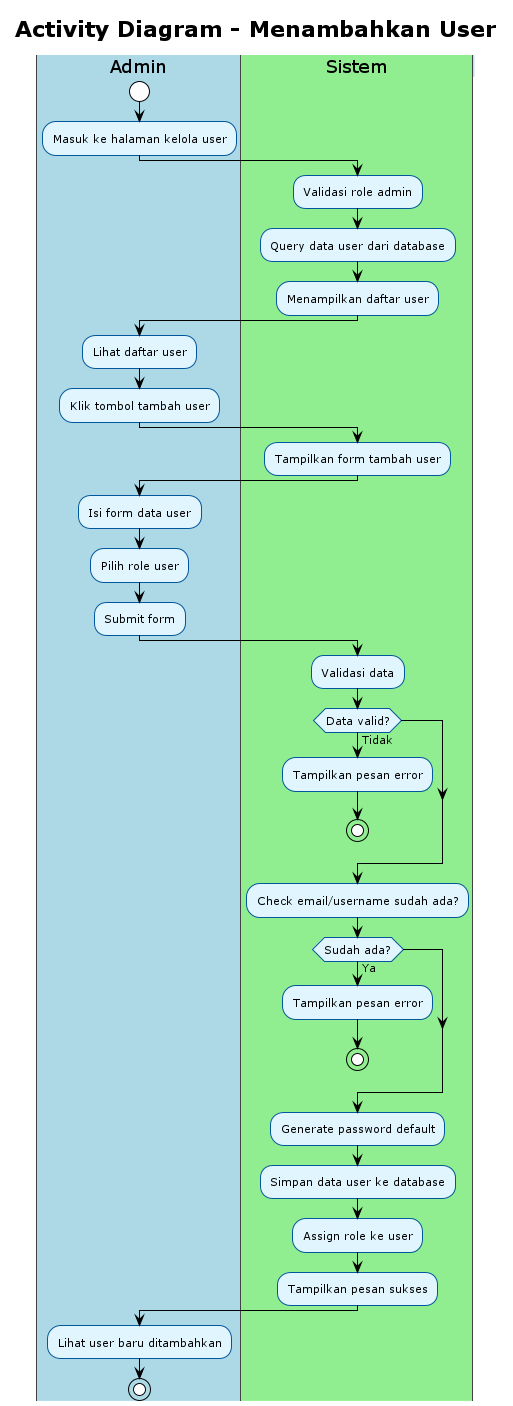
The PlantUML diagram out/uml/activity/Activity new/12_tambah_user/12_tambah_user.png in Rifkiwastaken/example-app, before a commit. The source it was exported from:
```plantuml
@startuml
!theme plain
skinparam activity {
    BackgroundColor #E1F5FE
    BorderColor #01579B
    FontSize 11
}
skinparam swimlane {
    BackgroundColor #F5F5F5
    BorderColor #424242
    TitleBackgroundColor #BBDEFB
    TitleBorderColor #1976D2
}

title Activity Diagram - Menambahkan User

|#LightBlue|Admin|
start
:Masuk ke halaman kelola user;

|#LightGreen|Sistem|
:Validasi role admin;
:Query data user dari database;
:Menampilkan daftar user;

|#LightBlue|Admin|
:Lihat daftar user;
:Klik tombol tambah user;

|#LightGreen|Sistem|
:Tampilkan form tambah user;

|#LightBlue|Admin|
:Isi form data user;
:Pilih role user;
:Submit form;

|#LightGreen|Sistem|
:Validasi data;
if (Data valid?) then (Tidak)
    :Tampilkan pesan error;
    stop
endif

:Check email/username sudah ada?;
if (Sudah ada?) then (Ya)
    :Tampilkan pesan error;
    stop
endif

:Generate password default;
:Simpan data user ke database;
:Assign role ke user;
:Tampilkan pesan sukses;

|#LightBlue|Admin|
:Lihat user baru ditambahkan;

stop

@enduml
```
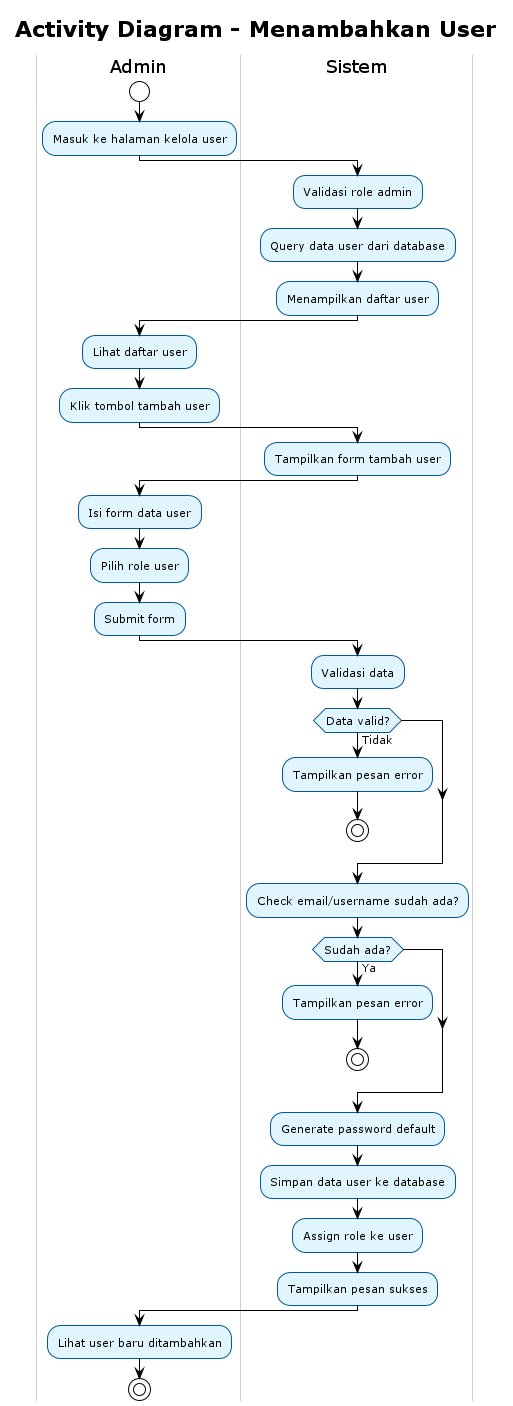
Above is the later version.

Change to the diagram source:
```diff
@@ -1,41 +1,42 @@
 @startuml
 !theme plain
+skinparam backgroundColor white
 skinparam activity {
     BackgroundColor #E1F5FE
     BorderColor #01579B
     FontSize 11
 }
 skinparam swimlane {
-    BackgroundColor #F5F5F5
-    BorderColor #424242
-    TitleBackgroundColor #BBDEFB
-    TitleBorderColor #1976D2
+    BackgroundColor White
+    BorderColor #CCCCCC
+    TitleBackgroundColor White
+    TitleBorderColor #999999
 }
 
 title Activity Diagram - Menambahkan User
 
-|#LightBlue|Admin|
+|#White|Admin|
 start
 :Masuk ke halaman kelola user;
 
-|#LightGreen|Sistem|
+|#White|Sistem|
 :Validasi role admin;
 :Query data user dari database;
 :Menampilkan daftar user;
 
-|#LightBlue|Admin|
+|#White|Admin|
 :Lihat daftar user;
 :Klik tombol tambah user;
 
-|#LightGreen|Sistem|
+|#White|Sistem|
 :Tampilkan form tambah user;
 
-|#LightBlue|Admin|
+|#White|Admin|
 :Isi form data user;
 :Pilih role user;
 :Submit form;
 
-|#LightGreen|Sistem|
+|#White|Sistem|
 :Validasi data;
 if (Data valid?) then (Tidak)
     :Tampilkan pesan error;
@@ -53,7 +54,7 @@
 :Assign role ke user;
 :Tampilkan pesan sukses;
 
-|#LightBlue|Admin|
+|#White|Admin|
 :Lihat user baru ditambahkan;
 
 stop
```
